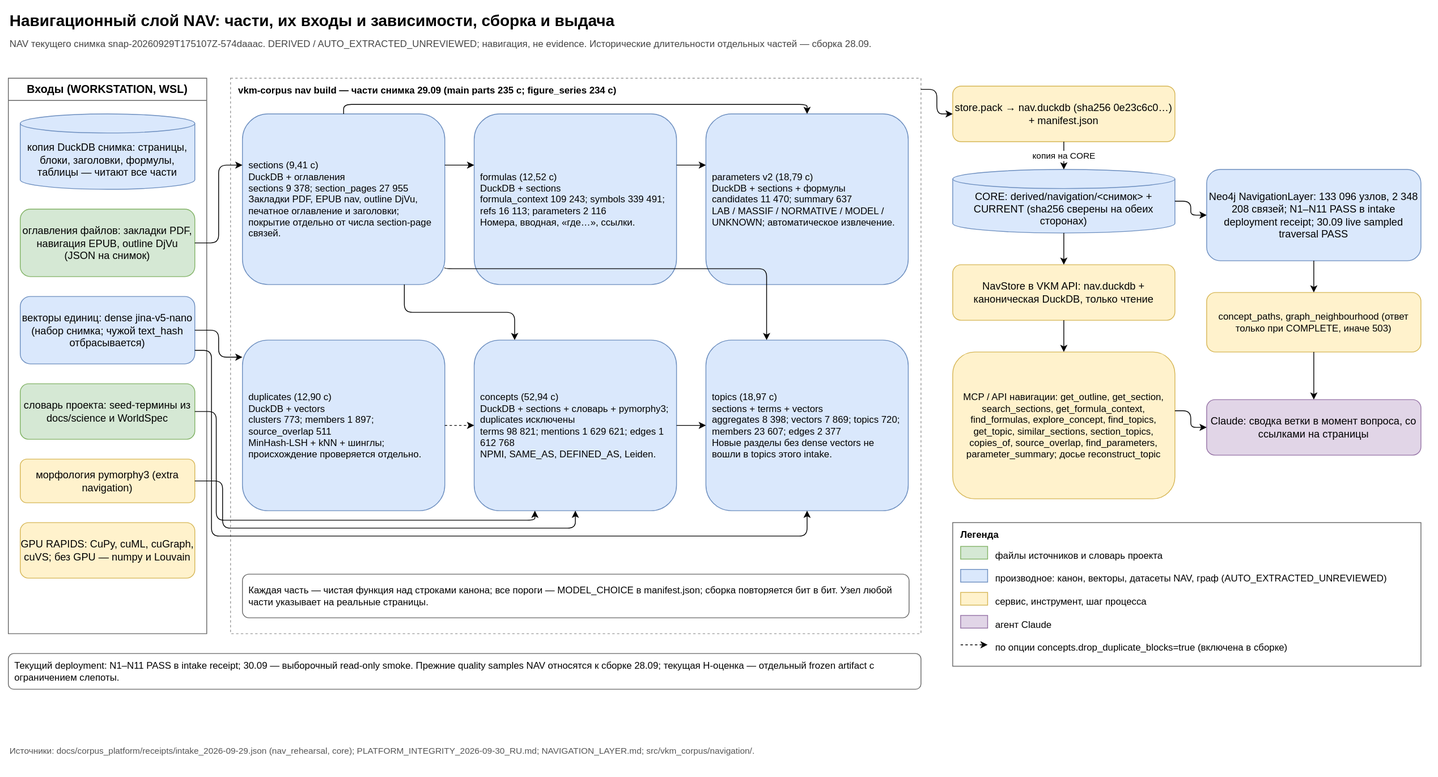
This is docs/diagrams/nav_layer.svg from SUKUNA-AI/vkm-subsidence-forecasting, a draw.io export, as it was before one commit. Source tidied: cells renumbered, new cells last; positions are measured from the earlier drawing's top-left corner, leaving out a move shared by most shapes.
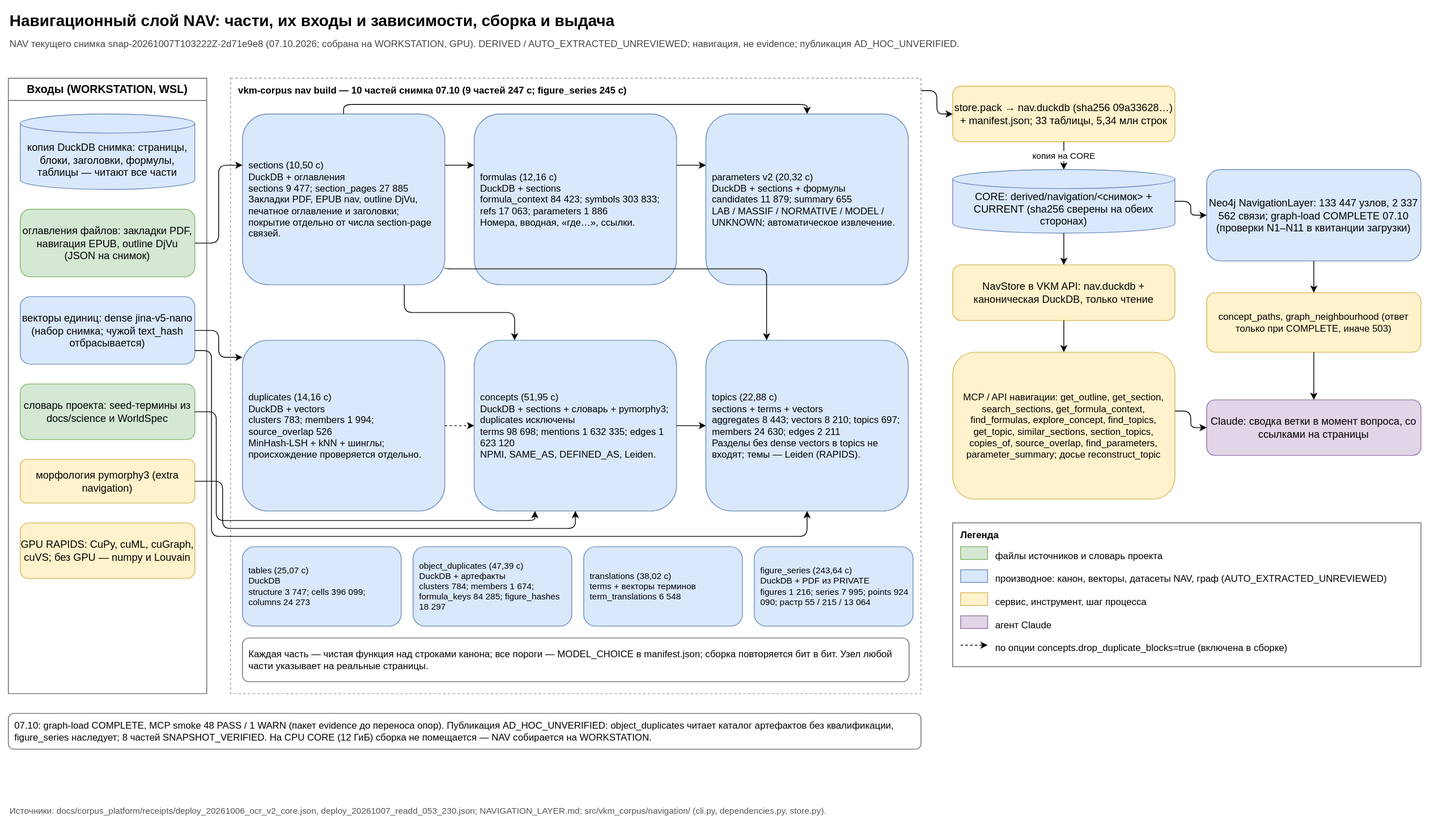
The same file after the commit.

What changed in the source:
```diff
@@ -5,11 +5,11 @@
     <mxCell id="2" value="Навигационный слой NAV: части, их входы и зависимости, сборка и выдача" style="text;align=left;fontSize=20;fontStyle=1;html=1;verticalAlign=middle;whiteSpace=wrap;" parent="1" vertex="1">
       <mxGeometry width="1780" height="30" as="geometry" />
     </mxCell>
-    <mxCell id="3" value="NAV текущего снимка snap-20260929T175107Z-574daaac. DERIVED / AUTO_EXTRACTED_UNREVIEWED; навигация, не evidence. Исторические длительности отдельных частей — сборка 28.09." style="text;align=left;fontColor=#444444;fontSize=12;html=1;verticalAlign=middle;whiteSpace=wrap;" parent="1" vertex="1">
+    <mxCell id="3" value="NAV текущего снимка snap-20261007T103222Z-2d71e9e8 (07.10.2026; собрана на WORKSTATION, GPU). DERIVED / AUTO_EXTRACTED_UNREVIEWED; навигация, не evidence; публикация AD_HOC_UNVERIFIED." style="text;align=left;fontColor=#444444;fontSize=12;html=1;verticalAlign=middle;whiteSpace=wrap;" parent="1" vertex="1">
       <mxGeometry y="32" width="1780" height="25" as="geometry" />
     </mxCell>
     <mxCell id="4" value="Входы (WORKSTATION, WSL)" style="swimlane;fillColor=#ffffff;fontSize=14;fontStyle=1;html=1;rounded=0;startSize=28;strokeColor=#666666;swimlaneFillColor=#ffffff;whiteSpace=wrap;" parent="1" vertex="1">
-      <mxGeometry y="88" width="250" height="700" as="geometry" />
+      <mxGeometry y="88" width="250" height="775" as="geometry" />
     </mxCell>
     <mxCell id="5" value="копия DuckDB снимка: страницы, блоки, заголовки, формулы, таблицы — читают все части" style="backgroundOutline=1;boundedLbl=1;fillColor=#dae8fc;fontSize=13;html=1;shape=cylinder3;size=12;strokeColor=#6c8ebf;whiteSpace=wrap;" parent="4" vertex="1">
       <mxGeometry x="15" y="45" width="220" height="95" as="geometry" />
@@ -29,31 +29,43 @@
     <mxCell id="10" value="GPU RAPIDS: CuPy, cuML, cuGraph, cuVS; без GPU — numpy и Louvain" style="fillColor=#fff2cc;fontSize=13;html=1;rounded=1;strokeColor=#d6b656;whiteSpace=wrap;" parent="4" vertex="1">
       <mxGeometry x="15" y="560" width="220" height="70" as="geometry" />
     </mxCell>
-    <mxCell id="11" value="vkm-corpus nav build — части снимка 29.09 (main parts 235 с; figure_series 234 с)" style="align=left;dashed=1;fillColor=none;fontSize=12;fontStyle=1;html=1;rounded=0;spacingLeft=8;spacingTop=2;strokeColor=#999999;verticalAlign=top;whiteSpace=wrap;" parent="1" vertex="1">
-      <mxGeometry x="280" y="88" width="870" height="700" as="geometry" />
+    <mxCell id="11" value="vkm-corpus nav build — 10 частей снимка 07.10 (9 частей 247 с; figure_series 245 с)" style="align=left;dashed=1;fillColor=none;fontSize=12;fontStyle=1;html=1;rounded=0;spacingLeft=8;spacingTop=2;strokeColor=#999999;verticalAlign=top;whiteSpace=wrap;" parent="1" vertex="1">
+      <mxGeometry x="280" y="88" width="870" height="775" as="geometry" />
     </mxCell>
-    <mxCell id="12" value="sections (9,41 с)&lt;br&gt;DuckDB + оглавления&lt;br&gt;sections 9 378; section_pages 27 955&lt;br&gt;Закладки PDF, EPUB nav, outline DjVu, печатное оглавление и заголовки; покрытие отдельно от числа section-page связей." style="align=left;fillColor=#dae8fc;fontSize=12;html=1;rounded=1;spacingLeft=6;spacingRight=4;strokeColor=#6c8ebf;whiteSpace=wrap;" parent="11" vertex="1">
+    <mxCell id="12" value="sections (10,50 с)&lt;br&gt;DuckDB + оглавления&lt;br&gt;sections 9 477; section_pages 27 885&lt;br&gt;Закладки PDF, EPUB nav, outline DjVu, печатное оглавление и заголовки; покрытие отдельно от числа section-page связей." style="align=left;fillColor=#dae8fc;fontSize=12;html=1;rounded=1;spacingLeft=6;spacingRight=4;strokeColor=#6c8ebf;whiteSpace=wrap;" parent="11" vertex="1">
       <mxGeometry x="15" y="45" width="255" height="215" as="geometry" />
     </mxCell>
-    <mxCell id="13" value="formulas (12,52 с)&lt;br&gt;DuckDB + sections&lt;br&gt;formula_context 109 243; symbols 339 491; refs 16 113; parameters 2 116&lt;br&gt;Номера, вводная, «где…», ссылки." style="align=left;fillColor=#dae8fc;fontSize=12;html=1;rounded=1;spacingLeft=6;spacingRight=4;strokeColor=#6c8ebf;whiteSpace=wrap;" parent="11" vertex="1">
+    <mxCell id="13" value="formulas (12,16 с)&lt;br&gt;DuckDB + sections&lt;br&gt;formula_context 84 423; symbols 303 833; refs 17 063; parameters 1 886&lt;br&gt;Номера, вводная, «где…», ссылки." style="align=left;fillColor=#dae8fc;fontSize=12;html=1;rounded=1;spacingLeft=6;spacingRight=4;strokeColor=#6c8ebf;whiteSpace=wrap;" parent="11" vertex="1">
       <mxGeometry x="307" y="45" width="255" height="215" as="geometry" />
     </mxCell>
-    <mxCell id="14" value="parameters v2 (18,79 с)&lt;br&gt;DuckDB + sections + формулы&lt;br&gt;candidates 11 470; summary 637&lt;br&gt;LAB / MASSIF / NORMATIVE / MODEL / UNKNOWN; автоматическое извлечение." style="align=left;fillColor=#dae8fc;fontSize=12;html=1;rounded=1;spacingLeft=6;spacingRight=4;strokeColor=#6c8ebf;whiteSpace=wrap;" parent="11" vertex="1">
+    <mxCell id="14" value="parameters v2 (20,32 с)&lt;br&gt;DuckDB + sections + формулы&lt;br&gt;candidates 11 879; summary 655&lt;br&gt;LAB / MASSIF / NORMATIVE / MODEL / UNKNOWN; автоматическое извлечение." style="align=left;fillColor=#dae8fc;fontSize=12;html=1;rounded=1;spacingLeft=6;spacingRight=4;strokeColor=#6c8ebf;whiteSpace=wrap;" parent="11" vertex="1">
       <mxGeometry x="599" y="45" width="255" height="215" as="geometry" />
     </mxCell>
-    <mxCell id="15" value="duplicates (12,90 с)&lt;br&gt;DuckDB + vectors&lt;br&gt;clusters 773; members 1 897; source_overlap 511&lt;br&gt;MinHash-LSH + kNN + шинглы; происхождение проверяется отдельно." style="align=left;fillColor=#dae8fc;fontSize=12;html=1;rounded=1;spacingLeft=6;spacingRight=4;strokeColor=#6c8ebf;whiteSpace=wrap;" parent="11" vertex="1">
+    <mxCell id="15" value="duplicates (14,16 с)&lt;br&gt;DuckDB + vectors&lt;br&gt;clusters 783; members 1 994; source_overlap 526&lt;br&gt;MinHash-LSH + kNN + шинглы; происхождение проверяется отдельно." style="align=left;fillColor=#dae8fc;fontSize=12;html=1;rounded=1;spacingLeft=6;spacingRight=4;strokeColor=#6c8ebf;whiteSpace=wrap;" parent="11" vertex="1">
       <mxGeometry x="15" y="330" width="255" height="215" as="geometry" />
     </mxCell>
-    <mxCell id="16" value="concepts (52,94 с)&lt;br&gt;DuckDB + sections + словарь + pymorphy3; duplicates исключены&lt;br&gt;terms 98 821; mentions 1 629 621; edges 1 612 768&lt;br&gt;NPMI, SAME_AS, DEFINED_AS, Leiden." style="align=left;fillColor=#dae8fc;fontSize=12;html=1;rounded=1;spacingLeft=6;spacingRight=4;strokeColor=#6c8ebf;whiteSpace=wrap;" parent="11" vertex="1">
+    <mxCell id="16" value="concepts (51,95 с)&lt;br&gt;DuckDB + sections + словарь + pymorphy3; duplicates исключены&lt;br&gt;terms 98 698; mentions 1 632 335; edges 1 623 120&lt;br&gt;NPMI, SAME_AS, DEFINED_AS, Leiden." style="align=left;fillColor=#dae8fc;fontSize=12;html=1;rounded=1;spacingLeft=6;spacingRight=4;strokeColor=#6c8ebf;whiteSpace=wrap;" parent="11" vertex="1">
       <mxGeometry x="307" y="330" width="255" height="215" as="geometry" />
     </mxCell>
-    <mxCell id="17" value="topics (18,97 с)&lt;br&gt;sections + terms + vectors&lt;br&gt;aggregates 8 398; vectors 7 869; topics 720; members 23 607; edges 2 377&lt;br&gt;Новые разделы без dense vectors не вошли в topics этого intake." style="align=left;fillColor=#dae8fc;fontSize=12;html=1;rounded=1;spacingLeft=6;spacingRight=4;strokeColor=#6c8ebf;whiteSpace=wrap;" parent="11" vertex="1">
+    <mxCell id="17" value="topics (22,88 с)&lt;br&gt;sections + terms + vectors&lt;br&gt;aggregates 8 443; vectors 8 210; topics 697; members 24 630; edges 2 211&lt;br&gt;Разделы без dense vectors в topics не входят; темы — Leiden (RAPIDS)." style="align=left;fillColor=#dae8fc;fontSize=12;html=1;rounded=1;spacingLeft=6;spacingRight=4;strokeColor=#6c8ebf;whiteSpace=wrap;" parent="11" vertex="1">
       <mxGeometry x="599" y="330" width="255" height="215" as="geometry" />
     </mxCell>
+    <mxCell id="61" value="tables (25,07 с)&lt;br&gt;DuckDB&lt;br&gt;structure 3 747; cells 396 099; columns 24 273" style="align=left;fillColor=#dae8fc;fontSize=11;html=1;rounded=1;spacingLeft=6;spacingRight=4;strokeColor=#6c8ebf;whiteSpace=wrap;" parent="11" vertex="1">
+      <mxGeometry x="15" y="590" width="200" height="100" as="geometry" />
+    </mxCell>
+    <mxCell id="62" value="object_duplicates (47,39 с)&lt;br&gt;DuckDB + артефакты&lt;br&gt;clusters 784; members 1 674; formula_keys 84 285; figure_hashes 18 297" style="align=left;fillColor=#dae8fc;fontSize=11;html=1;rounded=1;spacingLeft=6;spacingRight=4;strokeColor=#6c8ebf;whiteSpace=wrap;" parent="11" vertex="1">
+      <mxGeometry x="230" y="590" width="200" height="100" as="geometry" />
+    </mxCell>
+    <mxCell id="63" value="translations (38,02 с)&lt;br&gt;terms + векторы терминов&lt;br&gt;term_translations 6 548" style="align=left;fillColor=#dae8fc;fontSize=11;html=1;rounded=1;spacingLeft=6;spacingRight=4;strokeColor=#6c8ebf;whiteSpace=wrap;" parent="11" vertex="1">
+      <mxGeometry x="445" y="590" width="200" height="100" as="geometry" />
+    </mxCell>
+    <mxCell id="64" value="figure_series (243,64 с)&lt;br&gt;DuckDB + PDF из PRIVATE&lt;br&gt;figures 1 216; series 7 995; points 924 090; растр 55 / 215 / 13 064" style="align=left;fillColor=#dae8fc;fontSize=11;html=1;rounded=1;spacingLeft=6;spacingRight=4;strokeColor=#6c8ebf;whiteSpace=wrap;" parent="11" vertex="1">
+      <mxGeometry x="660" y="590" width="200" height="100" as="geometry" />
+    </mxCell>
     <mxCell id="18" value="Каждая часть — чистая функция над строками канона; все пороги — MODEL_CHOICE в manifest.json; сборка повторяется бит в бит. Узел любой части указывает на реальные страницы." style="align=left;fillColor=#ffffff;fontSize=12;html=1;rounded=1;spacingLeft=6;spacingRight=4;strokeColor=#666666;whiteSpace=wrap;" parent="11" vertex="1">
-      <mxGeometry x="15" y="625" width="840" height="55" as="geometry" />
+      <mxGeometry x="15" y="705" width="840" height="55" as="geometry" />
     </mxCell>
-    <mxCell id="19" value="store.pack → nav.duckdb (sha256 0e23c6c0…) + manifest.json" style="fillColor=#fff2cc;fontSize=13;html=1;rounded=1;strokeColor=#d6b656;whiteSpace=wrap;" parent="1" vertex="1">
+    <mxCell id="19" value="store.pack → nav.duckdb (sha256 09a33628…) + manifest.json; 33 таблицы, 5,34 млн строк" style="fillColor=#fff2cc;fontSize=13;html=1;rounded=1;strokeColor=#d6b656;whiteSpace=wrap;" parent="1" vertex="1">
       <mxGeometry x="1190" y="98" width="280" height="70" as="geometry" />
     </mxCell>
     <mxCell id="20" value="CORE: derived/navigation/&amp;lt;снимок&amp;gt; + CURRENT (sha256 сверены на обеих сторонах)" style="backgroundOutline=1;boundedLbl=1;fillColor=#dae8fc;fontSize=13;html=1;shape=cylinder3;size=12;strokeColor=#6c8ebf;whiteSpace=wrap;" parent="1" vertex="1">
@@ -62,7 +74,7 @@
     <mxCell id="21" value="NavStore в VKM API: nav.duckdb + каноническая DuckDB, только чтение" style="fillColor=#fff2cc;fontSize=13;html=1;rounded=1;strokeColor=#d6b656;whiteSpace=wrap;" parent="1" vertex="1">
       <mxGeometry x="1190" y="323" width="280" height="70" as="geometry" />
     </mxCell>
-    <mxCell id="22" value="Neo4j NavigationLayer: 133 096 узлов, 2 348 208 связей; N1–N11 PASS в intake deployment receipt; 30.09 live sampled traversal PASS" style="fillColor=#dae8fc;fontSize=13;html=1;rounded=1;strokeColor=#6c8ebf;whiteSpace=wrap;" parent="1" vertex="1">
+    <mxCell id="22" value="Neo4j NavigationLayer: 133 447 узлов, 2 337 562 связи; graph-load COMPLETE 07.10 (проверки N1–N11 в квитанции загрузки)" style="fillColor=#dae8fc;fontSize=13;html=1;rounded=1;strokeColor=#6c8ebf;whiteSpace=wrap;" parent="1" vertex="1">
       <mxGeometry x="1510" y="203" width="270" height="115" as="geometry" />
     </mxCell>
     <mxCell id="23" value="MCP / API навигации: get_outline, get_section, search_sections, get_formula_context, find_formulas, explore_concept, find_topics, get_topic, similar_sections, section_topics, copies_of, source_overlap, find_parameters, parameter_summary; досье reconstruct_topic" style="fillColor=#fff2cc;fontSize=12;html=1;rounded=1;strokeColor=#d6b656;whiteSpace=wrap;" parent="1" vertex="1">
@@ -74,8 +86,8 @@
     <mxCell id="25" value="Claude: сводка ветки в момент вопроса, со ссылками на страницы" style="fillColor=#e1d5e7;fontSize=13;html=1;rounded=1;strokeColor=#9673a6;whiteSpace=wrap;" parent="1" vertex="1">
       <mxGeometry x="1510" y="493" width="270" height="70" as="geometry" />
     </mxCell>
-    <mxCell id="26" value="Текущий deployment: N1–N11 PASS в intake receipt; 30.09 — выборочный read-only smoke. Прежние quality samples NAV относятся к сборке 28.09; текущая H-оценка — отдельный frozen artifact с ограничением слепоты." style="align=left;fillColor=#ffffff;fontSize=12;html=1;rounded=1;spacingLeft=6;spacingRight=4;strokeColor=#666666;whiteSpace=wrap;" parent="1" vertex="1">
-      <mxGeometry y="813" width="1150" height="45" as="geometry" />
+    <mxCell id="26" value="07.10: graph-load COMPLETE, MCP smoke 48 PASS / 1 WARN (пакет evidence до переноса опор). Публикация AD_HOC_UNVERIFIED: object_duplicates читает каталог артефактов без квалификации, figure_series наследует; 8 частей SNAPSHOT_VERIFIED. На CPU CORE (12 ГиБ) сборка не помещается — NAV собирается на WORKSTATION." style="align=left;fillColor=#ffffff;fontSize=12;html=1;rounded=1;spacingLeft=6;spacingRight=4;strokeColor=#666666;whiteSpace=wrap;" parent="1" vertex="1">
+      <mxGeometry y="888" width="1150" height="45" as="geometry" />
     </mxCell>
     <mxCell id="27" value="Легенда" style="align=left;dashed=0;fillColor=#ffffff;fontSize=12;fontStyle=1;html=1;rounded=0;spacingLeft=8;spacingTop=2;strokeColor=#666666;verticalAlign=top;whiteSpace=wrap;" parent="1" vertex="1">
       <mxGeometry x="1190" y="648" width="590" height="181" as="geometry" />
@@ -113,8 +125,8 @@
     <mxCell id="38" value="по опции concepts.drop_duplicate_blocks=true (включена в сборке)" style="text;align=left;fontSize=12;html=1;verticalAlign=top;whiteSpace=wrap;" parent="27" vertex="1">
       <mxGeometry x="52" y="144" width="530" height="25" as="geometry" />
     </mxCell>
-    <mxCell id="39" value="Источники: docs/corpus_platform/receipts/intake_2026-09-29.json (nav_rehearsal, core); PLATFORM_INTEGRITY_2026-09-30_RU.md; NAVIGATION_LAYER.md; src/vkm_corpus/navigation/." style="text;align=left;fontColor=#555555;fontSize=11;html=1;verticalAlign=middle;whiteSpace=wrap;" parent="1" vertex="1">
-      <mxGeometry y="923" width="1780" height="25" as="geometry" />
+    <mxCell id="39" value="Источники: docs/corpus_platform/receipts/deploy_20261006_ocr_v2_core.json, deploy_20261007_readd_053_230.json; NAVIGATION_LAYER.md; src/vkm_corpus/navigation/ (cli.py, dependencies.py, store.py)." style="text;align=left;fontColor=#555555;fontSize=11;html=1;verticalAlign=middle;whiteSpace=wrap;" parent="1" vertex="1">
+      <mxGeometry y="998" width="1780" height="25" as="geometry" />
     </mxCell>
     <mxCell id="40" style="edgeStyle=orthogonalEdgeStyle;endArrow=classic;entryDx=0;entryDy=0;entryX=0;entryY=0.3;exitDx=0;exitDy=0;exitX=1;exitY=0.5;fontSize=11;html=1;labelBackgroundColor=#ffffff;rounded=1;" parent="1" edge="1" source="6" target="12">
       <mxGeometry relative="1" as="geometry" />
```
